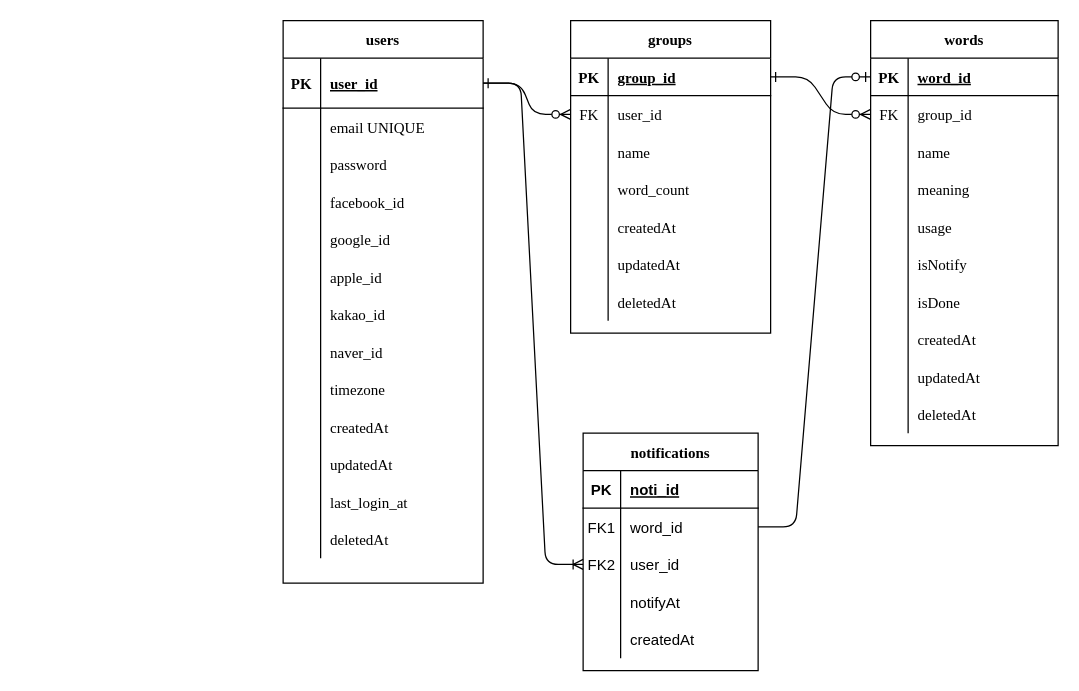
This is schema.drawio from stay7/oneway-server, a draw.io file, before an edit. Source tidied: cells renumbered, new cells numbered last; positions are measured from the earlier drawing's top-left corner, leaving out a move shared by most shapes. Both pictures are drawn from the tidied source at 125%, with x=0, y=0 at pixel (282, 20).
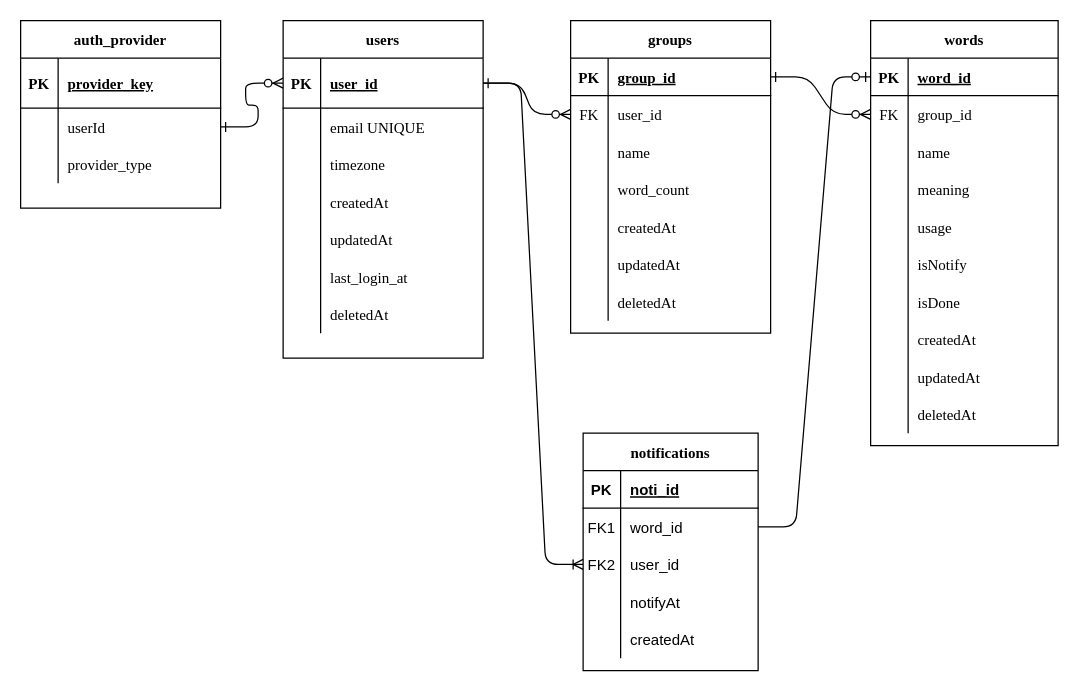
The same diagram, later.

The change refers to these unchanged cells:
```xml
<mxCell id="58" style="shape=partialRectangle;fillColor=none;points=[[0,0.5],[1,0.5]];portConstraint=eastwest;top=0;left=0;right=0;bottom=1;fontFamily=Garamond;" parent="57" vertex="1">
  <mxGeometry y="30" width="160" height="40" as="geometry" />
</mxCell>
```

The edit, as a diff of the source:
```diff
@@
     <mxCell id="57" value="users" style="shape=table;startSize=30;childLayout=tableLayout;rowLines=0;fontStyle=1;align=center;fontFamily=Garamond;" parent="1" vertex="1">
-      <mxGeometry width="160" height="450" as="geometry" />
+      <mxGeometry width="160" height="270" as="geometry" />
     </mxCell>
@@
-    <mxCell id="64" style="shape=partialRectangle;fillColor=none;top=0;left=0;right=0;bottom=0;fontFamily=Garamond;" parent="57" vertex="1">
-      <mxGeometry y="100" width="160" height="30" as="geometry" />
-    </mxCell>
-    <mxCell id="65" style="shape=partialRectangle;overflow=hidden;fillColor=none;top=0;left=0;bottom=0;right=0;fontFamily=Garamond;" parent="64" vertex="1">
-      <mxGeometry width="30" height="30" as="geometry" />
-    </mxCell>
-    <mxCell id="66" value="password" style="shape=partialRectangle;overflow=hidden;fillColor=none;top=0;left=0;bottom=0;right=0;align=left;spacingLeft=6;fontFamily=Garamond;" parent="64" vertex="1">
-      <mxGeometry x="30" width="130" height="30" as="geometry" />
-    </mxCell>
-    <mxCell id="67" style="shape=partialRectangle;fillColor=none;top=0;left=0;right=0;bottom=0;fontFamily=Garamond;" parent="57" vertex="1">
-      <mxGeometry y="130" width="160" height="30" as="geometry" />
-    </mxCell>
-    <mxCell id="68" style="shape=partialRectangle;overflow=hidden;fillColor=none;top=0;left=0;bottom=0;right=0;fontFamily=Garamond;" parent="67" vertex="1">
-      <mxGeometry width="30" height="30" as="geometry" />
-    </mxCell>
-    <mxCell id="69" value="facebook_id" style="shape=partialRectangle;overflow=hidden;fillColor=none;top=0;left=0;bottom=0;right=0;align=left;spacingLeft=6;fontFamily=Garamond;" parent="67" vertex="1">
-      <mxGeometry x="30" width="130" height="30" as="geometry" />
-    </mxCell>
-    <mxCell id="70" style="shape=partialRectangle;fillColor=none;top=0;left=0;right=0;bottom=0;fontFamily=Garamond;" parent="57" vertex="1">
-      <mxGeometry y="160" width="160" height="30" as="geometry" />
-    </mxCell>
-    <mxCell id="71" style="shape=partialRectangle;overflow=hidden;fillColor=none;top=0;left=0;bottom=0;right=0;fontFamily=Garamond;" parent="70" vertex="1">
-      <mxGeometry width="30" height="30" as="geometry" />
-    </mxCell>
-    <mxCell id="72" value="google_id" style="shape=partialRectangle;overflow=hidden;fillColor=none;top=0;left=0;bottom=0;right=0;align=left;spacingLeft=6;fontFamily=Garamond;" parent="70" vertex="1">
-      <mxGeometry x="30" width="130" height="30" as="geometry" />
-    </mxCell>
-    <mxCell id="73" style="shape=partialRectangle;fillColor=none;top=0;left=0;right=0;bottom=0;fontFamily=Garamond;" parent="57" vertex="1">
-      <mxGeometry y="190" width="160" height="30" as="geometry" />
-    </mxCell>
-    <mxCell id="74" style="shape=partialRectangle;overflow=hidden;fillColor=none;top=0;left=0;bottom=0;right=0;fontFamily=Garamond;" parent="73" vertex="1">
-      <mxGeometry width="30" height="30" as="geometry" />
-    </mxCell>
-    <mxCell id="75" value="apple_id" style="shape=partialRectangle;overflow=hidden;fillColor=none;top=0;left=0;bottom=0;right=0;align=left;spacingLeft=6;fontFamily=Garamond;" parent="73" vertex="1">
-      <mxGeometry x="30" width="130" height="30" as="geometry" />
-    </mxCell>
-    <mxCell id="76" style="shape=partialRectangle;fillColor=none;top=0;left=0;right=0;bottom=0;fontFamily=Garamond;" parent="57" vertex="1">
-      <mxGeometry y="220" width="160" height="30" as="geometry" />
-    </mxCell>
-    <mxCell id="77" style="shape=partialRectangle;overflow=hidden;fillColor=none;top=0;left=0;bottom=0;right=0;fontFamily=Garamond;" parent="76" vertex="1">
-      <mxGeometry width="30" height="30" as="geometry" />
-    </mxCell>
-    <mxCell id="78" value="kakao_id" style="shape=partialRectangle;overflow=hidden;fillColor=none;top=0;left=0;bottom=0;right=0;align=left;spacingLeft=6;fontFamily=Garamond;" parent="76" vertex="1">
-      <mxGeometry x="30" width="130" height="30" as="geometry" />
-    </mxCell>
-    <mxCell id="79" style="shape=partialRectangle;fillColor=none;top=0;left=0;right=0;bottom=0;fontFamily=Garamond;" parent="57" vertex="1">
-      <mxGeometry y="250" width="160" height="30" as="geometry" />
-    </mxCell>
-    <mxCell id="80" style="shape=partialRectangle;overflow=hidden;fillColor=none;top=0;left=0;bottom=0;right=0;fontFamily=Garamond;" parent="79" vertex="1">
-      <mxGeometry width="30" height="30" as="geometry" />
-    </mxCell>
-    <mxCell id="81" value="naver_id" style="shape=partialRectangle;overflow=hidden;fillColor=none;top=0;left=0;bottom=0;right=0;align=left;spacingLeft=6;fontFamily=Garamond;" parent="79" vertex="1">
-      <mxGeometry x="30" width="130" height="30" as="geometry" />
-    </mxCell>
     <mxCell id="82" style="shape=partialRectangle;fillColor=none;top=0;left=0;right=0;bottom=0;fontFamily=Garamond;" parent="57" vertex="1">
-      <mxGeometry y="280" width="160" height="30" as="geometry" />
+      <mxGeometry y="100" width="160" height="30" as="geometry" />
     </mxCell>
@@
     <mxCell id="85" style="shape=partialRectangle;fillColor=none;top=0;left=0;right=0;bottom=0;fontFamily=Garamond;" parent="57" vertex="1">
-      <mxGeometry y="310" width="160" height="30" as="geometry" />
+      <mxGeometry y="130" width="160" height="30" as="geometry" />
     </mxCell>
@@
     <mxCell id="88" style="shape=partialRectangle;fillColor=none;top=0;left=0;right=0;bottom=0;fontFamily=Garamond;" parent="57" vertex="1">
-      <mxGeometry y="340" width="160" height="30" as="geometry" />
+      <mxGeometry y="160" width="160" height="30" as="geometry" />
     </mxCell>
@@
     <mxCell id="91" style="shape=partialRectangle;fillColor=none;top=0;left=0;right=0;bottom=0;fontFamily=Garamond;" parent="57" vertex="1">
-      <mxGeometry y="370" width="160" height="30" as="geometry" />
+      <mxGeometry y="190" width="160" height="30" as="geometry" />
     </mxCell>
@@
     <mxCell id="94" style="shape=partialRectangle;fillColor=none;top=0;left=0;right=0;bottom=0;fontFamily=Garamond;" parent="57" vertex="1">
-      <mxGeometry y="400" width="160" height="30" as="geometry" />
+      <mxGeometry y="220" width="160" height="30" as="geometry" />
     </mxCell>
@@
+    <mxCell id="115" value="auth_provider" style="shape=table;startSize=30;childLayout=tableLayout;rowLines=0;fontStyle=1;align=center;fontFamily=Garamond;" parent="1" vertex="1">
+      <mxGeometry x="-210" width="160" height="150" as="geometry" />
+    </mxCell>
+    <mxCell id="116" style="shape=partialRectangle;fillColor=none;top=0;left=0;right=0;bottom=1;fontFamily=Garamond;" parent="115" vertex="1">
+      <mxGeometry y="30" width="160" height="40" as="geometry" />
+    </mxCell>
+    <mxCell id="117" value="PK" style="shape=partialRectangle;overflow=hidden;fillColor=none;top=0;left=0;bottom=0;right=0;fontStyle=1;fontFamily=Garamond;" parent="116" vertex="1">
+      <mxGeometry width="30" height="40" as="geometry" />
+    </mxCell>
+    <mxCell id="118" value="provider_key" style="shape=partialRectangle;overflow=hidden;fillColor=none;top=0;left=0;bottom=0;right=0;align=left;spacingLeft=6;fontStyle=5;fontFamily=Garamond;" parent="116" vertex="1">
+      <mxGeometry x="30" width="130" height="40" as="geometry" />
+    </mxCell>
+    <mxCell id="119" style="shape=partialRectangle;fillColor=none;points=[[0,0.5],[1,0.5]];portConstraint=eastwest;top=0;left=0;right=0;bottom=0;fontFamily=Garamond;" parent="115" vertex="1">
+      <mxGeometry y="70" width="160" height="30" as="geometry" />
+    </mxCell>
+    <mxCell id="120" style="shape=partialRectangle;overflow=hidden;fillColor=none;top=0;left=0;bottom=0;right=0;fontFamily=Garamond;" parent="119" vertex="1">
+      <mxGeometry width="30" height="30" as="geometry" />
+    </mxCell>
+    <mxCell id="121" value="userId" style="shape=partialRectangle;overflow=hidden;fillColor=none;top=0;left=0;bottom=0;right=0;align=left;spacingLeft=6;fontFamily=Garamond;" parent="119" vertex="1">
+      <mxGeometry x="30" width="130" height="30" as="geometry" />
+    </mxCell>
+    <mxCell id="64" style="shape=partialRectangle;fillColor=none;top=0;left=0;right=0;bottom=0;fontFamily=Garamond;" parent="115" vertex="1">
+      <mxGeometry y="100" width="160" height="30" as="geometry" />
+    </mxCell>
+    <mxCell id="122" style="shape=partialRectangle;overflow=hidden;fillColor=none;top=0;left=0;bottom=0;right=0;fontFamily=Garamond;" parent="64" vertex="1">
+      <mxGeometry width="30" height="30" as="geometry" />
+    </mxCell>
+    <mxCell id="123" value="provider_type" style="shape=partialRectangle;overflow=hidden;fillColor=none;top=0;left=0;bottom=0;right=0;align=left;spacingLeft=6;fontFamily=Garamond;" parent="64" vertex="1">
+      <mxGeometry x="30" width="130" height="30" as="geometry" />
+    </mxCell>
+    <mxCell id="124" style="edgeStyle=entityRelationEdgeStyle;endArrow=ERzeroToMany;startArrow=ERone;endFill=1;startFill=0;fontFamily=Garamond;exitX=1;exitY=0.5;exitDx=0;exitDy=0;entryX=0;entryY=0.5;entryDx=0;entryDy=0;" parent="1" edge="1" source="119" target="58">
+      <mxGeometry relative="1" as="geometry" />
+    </mxCell>
```
